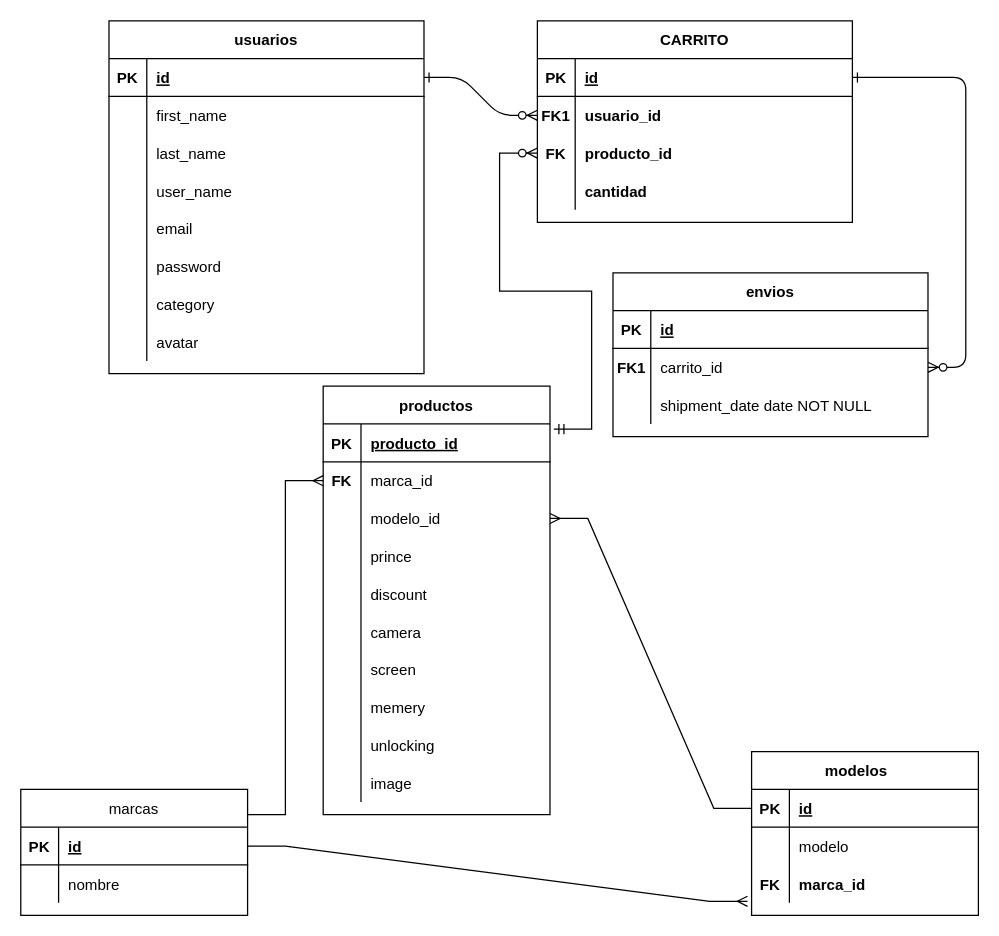
Earlier version of the draw.io diagram page "Page-1" (1 of 2) of Diagrama CEELNOW.drawio (alejandrolederman/GRUPO-6-Cell-Now). Source tidied: cells renumbered, new cells numbered last; positions are measured from the earlier drawing's top-left corner, leaving out a move shared by most shapes. Both pictures are drawn from the tidied source at 126%, with x=0, y=0 at pixel (20, 20).
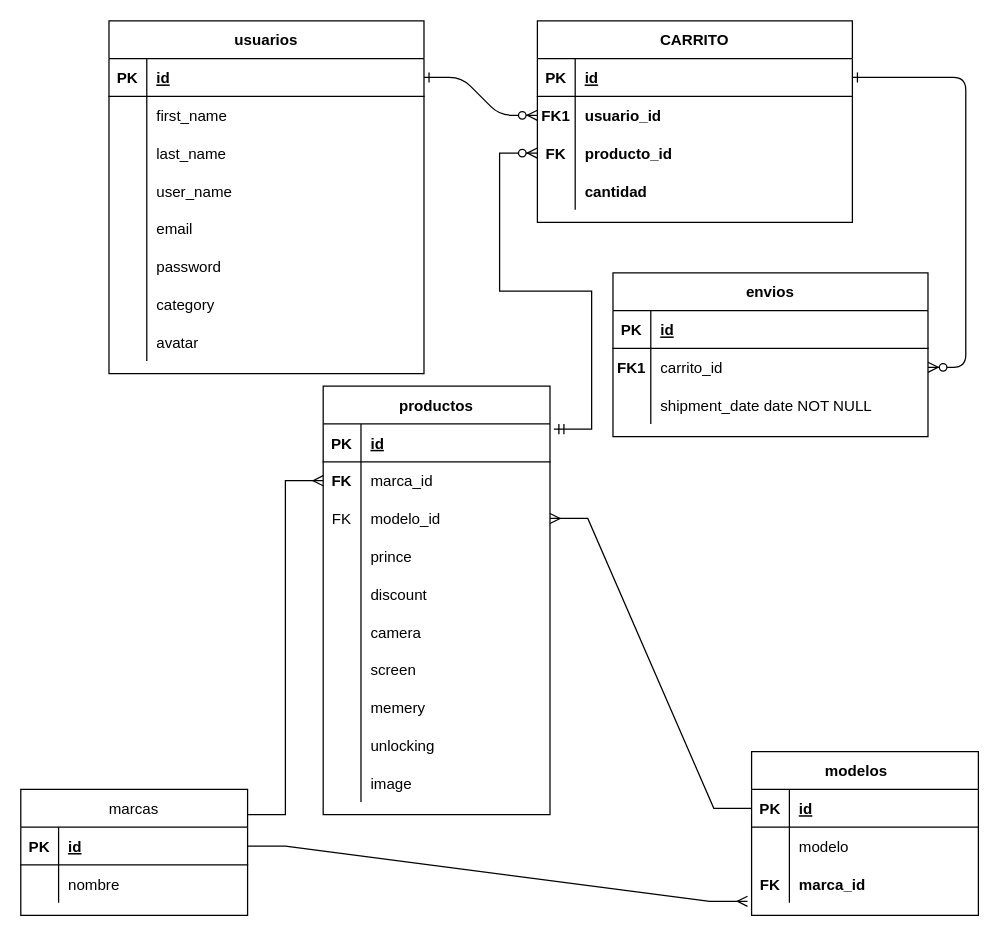
Above is the later version.

Unchanged cells that the change refers to:
```xml
<mxCell id="54" style="shape=tableRow;horizontal=0;startSize=0;swimlaneHead=0;swimlaneBody=0;fillColor=none;points=[[0,0.5],[1,0.5]];portConstraint=eastwest;top=0;left=0;right=0;bottom=1;" parent="53" vertex="1">
  <mxGeometry y="30" width="180" height="30" as="geometry" />
</mxCell>
<mxCell id="60" style="shape=tableRow;horizontal=0;startSize=0;swimlaneHead=0;swimlaneBody=0;fillColor=none;points=[[0,0.5],[1,0.5]];portConstraint=eastwest;top=0;left=0;right=0;bottom=0;" parent="53" vertex="1">
  <mxGeometry y="90" width="180" height="30" as="geometry" />
</mxCell>
```

Diff of the diagram source:
```diff
@@
-    <mxCell id="56" value="producto_id" style="shape=partialRectangle;fillColor=none;top=0;left=0;bottom=0;right=0;align=left;spacingLeft=6;fontStyle=5;overflow=hidden;" parent="54" vertex="1">
+    <mxCell id="56" value="id" style="shape=partialRectangle;fillColor=none;top=0;left=0;bottom=0;right=0;align=left;spacingLeft=6;fontStyle=5;overflow=hidden;" parent="54" vertex="1">
       <mxGeometry x="30" width="150" height="30" as="geometry" />
     </mxCell>
@@
-    <mxCell id="61" style="shape=partialRectangle;fillColor=none;top=0;left=0;bottom=0;right=0;overflow=hidden;" parent="60" vertex="1">
+    <mxCell id="61" value="FK" style="shape=partialRectangle;fillColor=none;top=0;left=0;bottom=0;right=0;overflow=hidden;" parent="60" vertex="1">
       <mxGeometry width="30" height="30" as="geometry" />
     </mxCell>
```
